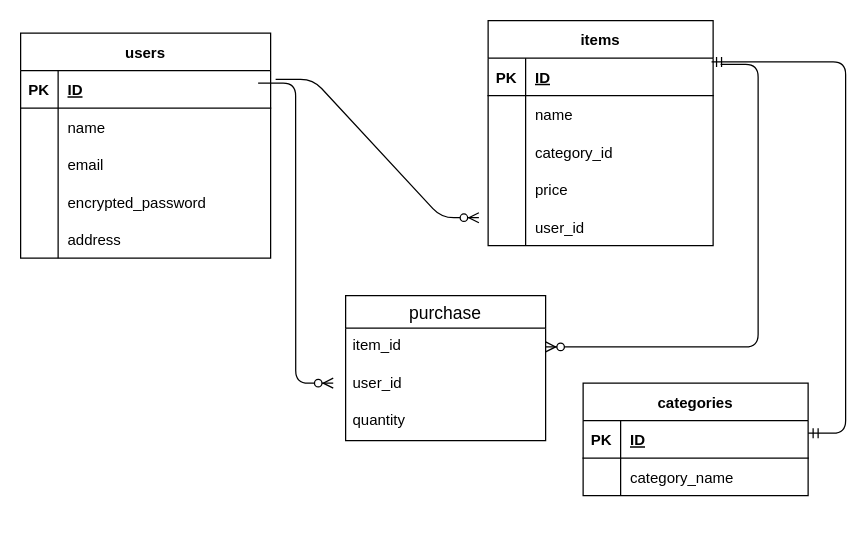
Above: db.dio in kuragekamaboko/furima-38998 (draw.io), before the change. Source tidied: cells renumbered, new cells numbered last; positions are measured from the earlier drawing's top-left corner, leaving out a move shared by most shapes. Both pictures are drawn from the tidied source at 125%, with x=0, y=0 at pixel (20, 20).
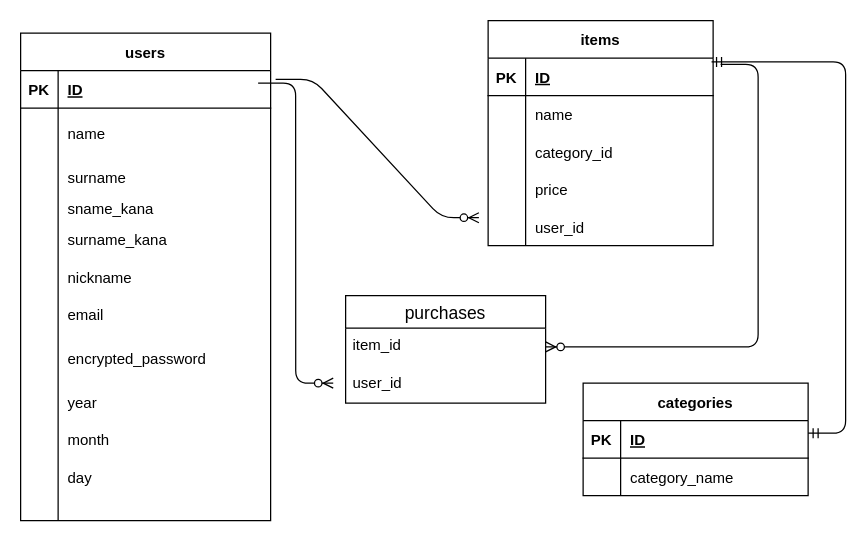
The same page after the edit.

Commit message (it also covers changes not shown here):
指摘事項一部修正

The edit, as a diff of the source:
```diff
@@
     <mxCell id="2" value="users" style="shape=table;startSize=30;childLayout=tableLayout;rowLines=0;fontStyle=1;align=center;" parent="1" vertex="1">
-      <mxGeometry y="10" width="200" height="180" as="geometry" />
+      <mxGeometry y="10" width="200" height="390" as="geometry" />
     </mxCell>
@@
     <mxCell id="6" style="shape=tableRow;horizontal=0;startSize=0;swimlaneHead=0;swimlaneBody=0;fillColor=none;top=0;left=0;right=0;bottom=0;" parent="2" vertex="1">
-      <mxGeometry y="60" width="200" height="30" as="geometry" />
+      <mxGeometry y="60" width="200" height="40" as="geometry" />
     </mxCell>
     <mxCell id="7" style="shape=partialRectangle;fillColor=none;top=0;left=0;bottom=0;right=0;overflow=hidden;" parent="6" vertex="1">
-      <mxGeometry width="30" height="30" as="geometry" />
+      <mxGeometry width="30" height="40" as="geometry" />
     </mxCell>
     <mxCell id="8" value="name" style="shape=partialRectangle;fillColor=none;top=0;left=0;bottom=0;right=0;align=left;spacingLeft=6;overflow=hidden;" parent="6" vertex="1">
-      <mxGeometry x="30" width="170" height="30" as="geometry" />
+      <mxGeometry x="30" width="170" height="40" as="geometry" />
     </mxCell>
     <mxCell id="9" style="shape=tableRow;horizontal=0;startSize=0;swimlaneHead=0;swimlaneBody=0;fillColor=none;top=0;left=0;right=0;bottom=0;" parent="2" vertex="1">
-      <mxGeometry y="90" width="200" height="30" as="geometry" />
+      <mxGeometry y="100" width="200" height="30" as="geometry" />
     </mxCell>
@@
-    <mxCell id="11" value="email" style="shape=partialRectangle;fillColor=none;top=0;left=0;bottom=0;right=0;align=left;spacingLeft=6;overflow=hidden;" parent="9" vertex="1">
+    <mxCell id="11" value="surname" style="shape=partialRectangle;fillColor=none;top=0;left=0;bottom=0;right=0;align=left;spacingLeft=6;overflow=hidden;" parent="9" vertex="1">
       <mxGeometry x="30" width="170" height="30" as="geometry" />
     </mxCell>
+    <mxCell id="49" style="shape=tableRow;horizontal=0;startSize=0;swimlaneHead=0;swimlaneBody=0;fillColor=none;top=0;left=0;right=0;bottom=0;" parent="2" vertex="1">
+      <mxGeometry y="130" width="200" height="20" as="geometry" />
+    </mxCell>
+    <mxCell id="50" style="shape=partialRectangle;fillColor=none;top=0;left=0;bottom=0;right=0;overflow=hidden;" parent="49" vertex="1">
+      <mxGeometry width="30" height="20" as="geometry" />
+    </mxCell>
+    <mxCell id="51" value="sname_kana" style="shape=partialRectangle;fillColor=none;top=0;left=0;bottom=0;right=0;align=left;spacingLeft=6;overflow=hidden;" parent="49" vertex="1">
+      <mxGeometry x="30" width="170" height="20" as="geometry" />
+    </mxCell>
+    <mxCell id="52" style="shape=tableRow;horizontal=0;startSize=0;swimlaneHead=0;swimlaneBody=0;fillColor=none;top=0;left=0;right=0;bottom=0;" parent="2" vertex="1">
+      <mxGeometry y="150" width="200" height="30" as="geometry" />
+    </mxCell>
+    <mxCell id="53" style="shape=partialRectangle;fillColor=none;top=0;left=0;bottom=0;right=0;overflow=hidden;" parent="52" vertex="1">
+      <mxGeometry width="30" height="30" as="geometry" />
+    </mxCell>
+    <mxCell id="54" value="surname_kana" style="shape=partialRectangle;fillColor=none;top=0;left=0;bottom=0;right=0;align=left;spacingLeft=6;overflow=hidden;" parent="52" vertex="1">
+      <mxGeometry x="30" width="170" height="30" as="geometry" />
+    </mxCell>
+    <mxCell id="55" style="shape=tableRow;horizontal=0;startSize=0;swimlaneHead=0;swimlaneBody=0;fillColor=none;top=0;left=0;right=0;bottom=0;" parent="2" vertex="1">
+      <mxGeometry y="180" width="200" height="30" as="geometry" />
+    </mxCell>
+    <mxCell id="56" style="shape=partialRectangle;fillColor=none;top=0;left=0;bottom=0;right=0;overflow=hidden;" parent="55" vertex="1">
+      <mxGeometry width="30" height="30" as="geometry" />
+    </mxCell>
+    <mxCell id="57" value="nickname" style="shape=partialRectangle;fillColor=none;top=0;left=0;bottom=0;right=0;align=left;spacingLeft=6;overflow=hidden;" parent="55" vertex="1">
+      <mxGeometry x="30" width="170" height="30" as="geometry" />
+    </mxCell>
+    <mxCell id="58" style="shape=tableRow;horizontal=0;startSize=0;swimlaneHead=0;swimlaneBody=0;fillColor=none;top=0;left=0;right=0;bottom=0;" parent="2" vertex="1">
+      <mxGeometry y="210" width="200" height="30" as="geometry" />
+    </mxCell>
+    <mxCell id="59" style="shape=partialRectangle;fillColor=none;top=0;left=0;bottom=0;right=0;overflow=hidden;" parent="58" vertex="1">
+      <mxGeometry width="30" height="30" as="geometry" />
+    </mxCell>
+    <mxCell id="60" value="email" style="shape=partialRectangle;fillColor=none;top=0;left=0;bottom=0;right=0;align=left;spacingLeft=6;overflow=hidden;" parent="58" vertex="1">
+      <mxGeometry x="30" width="170" height="30" as="geometry" />
+    </mxCell>
     <mxCell id="12" style="shape=tableRow;horizontal=0;startSize=0;swimlaneHead=0;swimlaneBody=0;fillColor=none;top=0;left=0;right=0;bottom=0;" parent="2" vertex="1">
-      <mxGeometry y="120" width="200" height="30" as="geometry" />
+      <mxGeometry y="240" width="200" height="40" as="geometry" />
     </mxCell>
     <mxCell id="13" style="shape=partialRectangle;fillColor=none;top=0;left=0;bottom=0;right=0;overflow=hidden;" parent="12" vertex="1">
-      <mxGeometry width="30" height="30" as="geometry" />
+      <mxGeometry width="30" height="40" as="geometry" />
     </mxCell>
     <mxCell id="14" value="encrypted_password" style="shape=partialRectangle;fillColor=none;top=0;left=0;bottom=0;right=0;align=left;spacingLeft=6;overflow=hidden;" parent="12" vertex="1">
-      <mxGeometry x="30" width="170" height="30" as="geometry" />
+      <mxGeometry x="30" width="170" height="40" as="geometry" />
     </mxCell>
     <mxCell id="15" style="shape=tableRow;horizontal=0;startSize=0;swimlaneHead=0;swimlaneBody=0;fillColor=none;top=0;left=0;right=0;bottom=0;" parent="2" vertex="1">
-      <mxGeometry y="150" width="200" height="30" as="geometry" />
+      <mxGeometry y="280" width="200" height="30" as="geometry" />
     </mxCell>
@@
-    <mxCell id="17" value="address" style="shape=partialRectangle;fillColor=none;top=0;left=0;bottom=0;right=0;align=left;spacingLeft=6;overflow=hidden;" parent="15" vertex="1">
+    <mxCell id="17" value="year" style="shape=partialRectangle;fillColor=none;top=0;left=0;bottom=0;right=0;align=left;spacingLeft=6;overflow=hidden;" parent="15" vertex="1">
       <mxGeometry x="30" width="170" height="30" as="geometry" />
     </mxCell>
+    <mxCell id="61" style="shape=tableRow;horizontal=0;startSize=0;swimlaneHead=0;swimlaneBody=0;fillColor=none;top=0;left=0;right=0;bottom=0;" parent="2" vertex="1">
+      <mxGeometry y="310" width="200" height="30" as="geometry" />
+    </mxCell>
+    <mxCell id="62" style="shape=partialRectangle;fillColor=none;top=0;left=0;bottom=0;right=0;overflow=hidden;" parent="61" vertex="1">
+      <mxGeometry width="30" height="30" as="geometry" />
+    </mxCell>
+    <mxCell id="63" value="month" style="shape=partialRectangle;fillColor=none;top=0;left=0;bottom=0;right=0;align=left;spacingLeft=6;overflow=hidden;" parent="61" vertex="1">
+      <mxGeometry x="30" width="170" height="30" as="geometry" />
+    </mxCell>
+    <mxCell id="64" style="shape=tableRow;horizontal=0;startSize=0;swimlaneHead=0;swimlaneBody=0;fillColor=none;top=0;left=0;right=0;bottom=0;" parent="2" vertex="1">
+      <mxGeometry y="340" width="200" height="30" as="geometry" />
+    </mxCell>
+    <mxCell id="65" style="shape=partialRectangle;fillColor=none;top=0;left=0;bottom=0;right=0;overflow=hidden;" parent="64" vertex="1">
+      <mxGeometry width="30" height="30" as="geometry" />
+    </mxCell>
+    <mxCell id="66" value="day" style="shape=partialRectangle;fillColor=none;top=0;left=0;bottom=0;right=0;align=left;spacingLeft=6;overflow=hidden;" parent="64" vertex="1">
+      <mxGeometry x="30" width="170" height="30" as="geometry" />
+    </mxCell>
+    <mxCell id="67" style="shape=tableRow;horizontal=0;startSize=0;swimlaneHead=0;swimlaneBody=0;fillColor=none;top=0;left=0;right=0;bottom=0;" parent="2" vertex="1">
+      <mxGeometry y="370" width="200" height="20" as="geometry" />
+    </mxCell>
+    <mxCell id="68" style="shape=partialRectangle;fillColor=none;top=0;left=0;bottom=0;right=0;overflow=hidden;" parent="67" vertex="1">
+      <mxGeometry width="30" height="20" as="geometry" />
+    </mxCell>
+    <mxCell id="69" style="shape=partialRectangle;fillColor=none;top=0;left=0;bottom=0;right=0;align=left;spacingLeft=6;overflow=hidden;" parent="67" vertex="1">
+      <mxGeometry x="30" width="170" height="20" as="geometry" />
+    </mxCell>
@@
-    <mxCell id="34" value="purchase" style="swimlane;fontStyle=0;horizontal=1;startSize=26;align=center;fontSize=14;" parent="1" vertex="1">
-      <mxGeometry x="260" y="220" width="160" height="116" as="geometry" />
+    <mxCell id="34" value="purchases" style="swimlane;fontStyle=0;horizontal=1;startSize=26;align=center;fontSize=14;" parent="1" vertex="1">
+      <mxGeometry x="260" y="220" width="160" height="86" as="geometry" />
     </mxCell>
@@
-    <mxCell id="37" value="quantity" style="text;strokeColor=none;fillColor=none;spacingLeft=4;spacingRight=4;overflow=hidden;fontSize=12;" parent="34" vertex="1">
-      <mxGeometry y="86" width="160" height="30" as="geometry" />
-    </mxCell>
```
